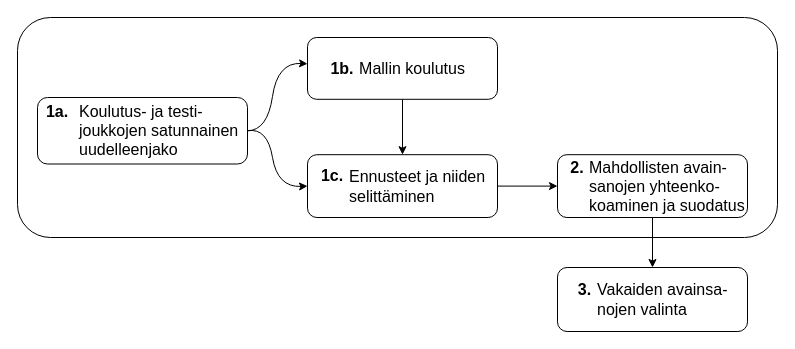
The draw.io diagram SACX.drawio in mmanteli/gradu, before the edit. Source tidied: cells renumbered, new cells numbered last; positions are measured from the earlier drawing's top-left corner, leaving out a move shared by most shapes. Both pictures are drawn from the tidied source at 100%, with x=0, y=0 at pixel (17, 17).
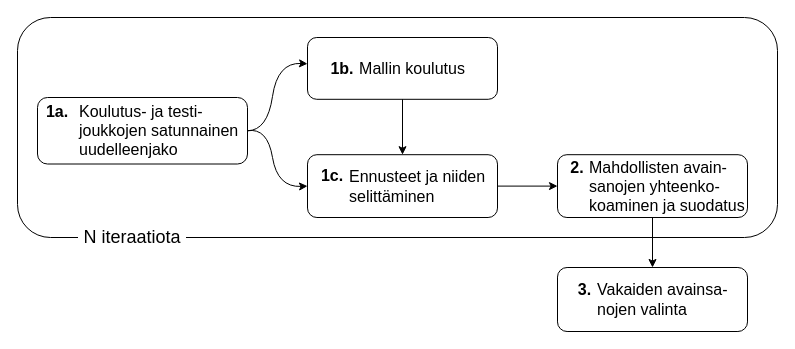
The same diagram, later.

The edit, as a diff of the source:
```diff
@@
+    <mxCell id="23" value="&amp;nbsp;N iteraatiota&amp;nbsp; " style="text;html=1;strokeColor=none;fillColor=none;align=center;verticalAlign=middle;whiteSpace=wrap;rounded=0;fontSize=18;labelBackgroundColor=default;" parent="1" vertex="1">
+      <mxGeometry x="40" y="200" width="150" height="40" as="geometry" />
+    </mxCell>
```
